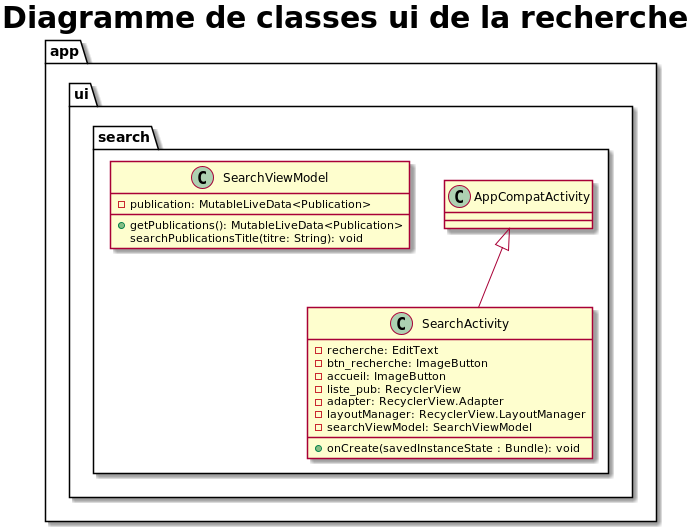
Before: app/docs/asciidoc/images/modelui.png, a diagram exported from PlantUML (SefkanTas/Sonofy). The source it was exported from:
```plantuml
@startuml modelui
title <size:30><b>Diagramme de classes ui de la recherche</b></size>

package app{

  package ui{

    package search{

        class SearchActivity extends AppCompatActivity {
            - recherche: EditText
            - btn_recherche: ImageButton
            - accueil: ImageButton
            - liste_pub: RecyclerView
            - adapter: RecyclerView.Adapter
            - layoutManager: RecyclerView.LayoutManager
            - searchViewModel: SearchViewModel

            + onCreate(savedInstanceState : Bundle): void
        }

        class SearchViewModel{
              - publication: MutableLiveData<Publication>

              + getPublications(): MutableLiveData<Publication>
              searchPublicationsTitle(titre: String): void
        }
       }
    }
 }
@enduml
```
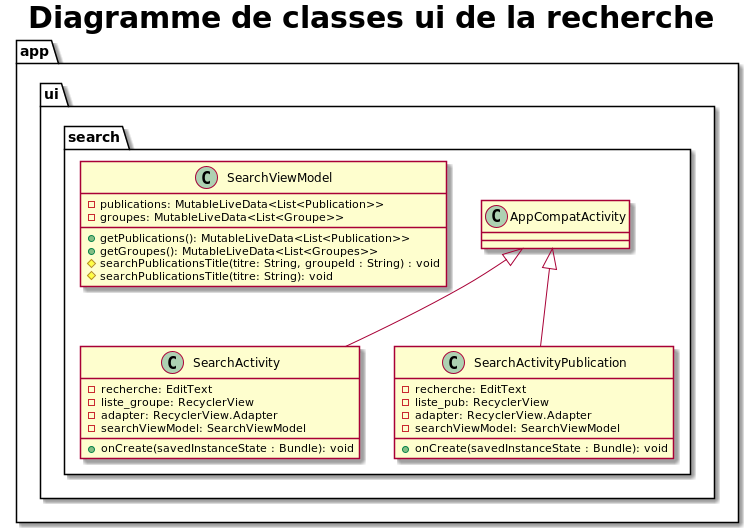
After the change.

Change to the diagram source:
```diff
@@ -9,21 +9,29 @@
 
         class SearchActivity extends AppCompatActivity {
             - recherche: EditText
-            - btn_recherche: ImageButton
-            - accueil: ImageButton
-            - liste_pub: RecyclerView
+            - liste_groupe: RecyclerView
             - adapter: RecyclerView.Adapter
-            - layoutManager: RecyclerView.LayoutManager
             - searchViewModel: SearchViewModel
 
             + onCreate(savedInstanceState : Bundle): void
         }
 
+         class SearchActivityPublication extends AppCompatActivity {
+                    - recherche: EditText
+                    - liste_pub: RecyclerView
+                    - adapter: RecyclerView.Adapter
+                    - searchViewModel: SearchViewModel
+
+                    + onCreate(savedInstanceState : Bundle): void
+                }
+
         class SearchViewModel{
-              - publication: MutableLiveData<Publication>
-
-              + getPublications(): MutableLiveData<Publication>
-              searchPublicationsTitle(titre: String): void
+              - publications: MutableLiveData<List<Publication>>
+              - groupes: MutableLiveData<List<Groupe>>
+              + getPublications(): MutableLiveData<List<Publication>>
+              + getGroupes(): MutableLiveData<List<Groupes>>
+              # searchPublicationsTitle(titre: String, groupeId : String) : void
+              # searchPublicationsTitle(titre: String): void
         }
        }
     }
```
